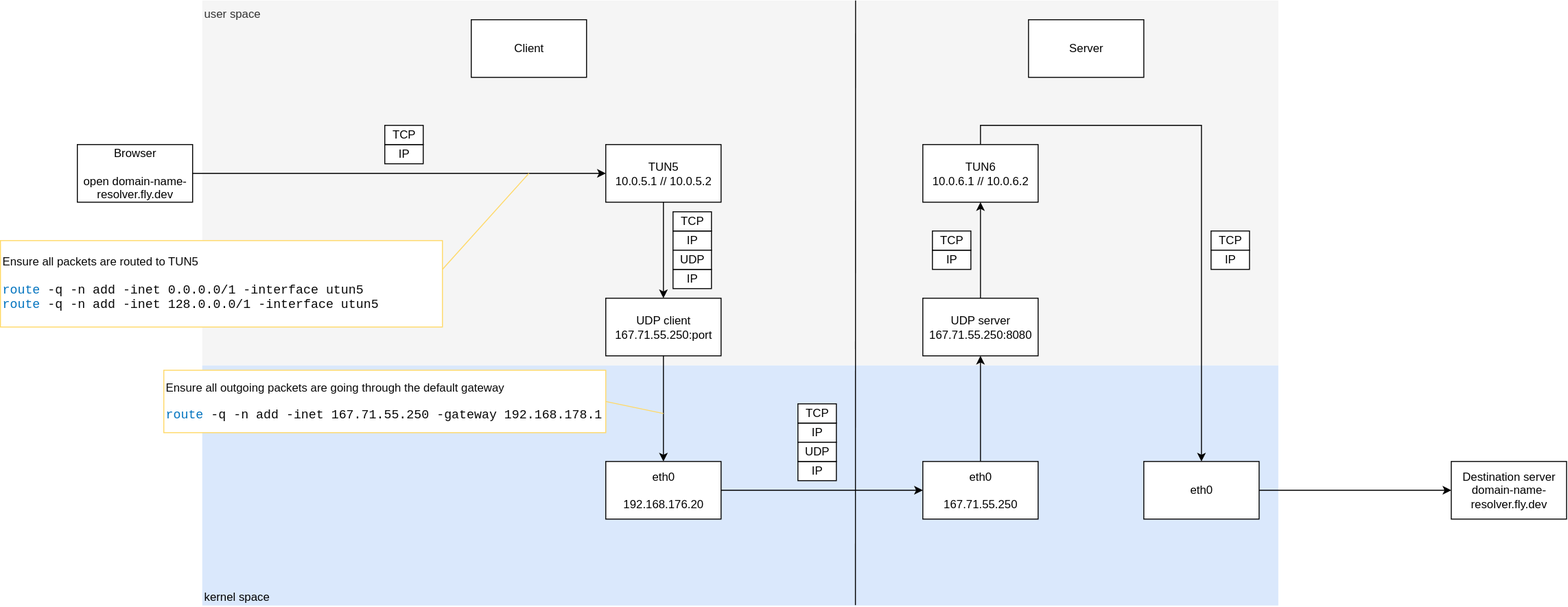
The draw.io diagram diagrams/tunnel.svg in theotrama/vpn, before a commit. Source tidied: cells renumbered, new cells last; positions are measured from the earlier drawing's top-left corner, leaving out a move shared by most shapes.
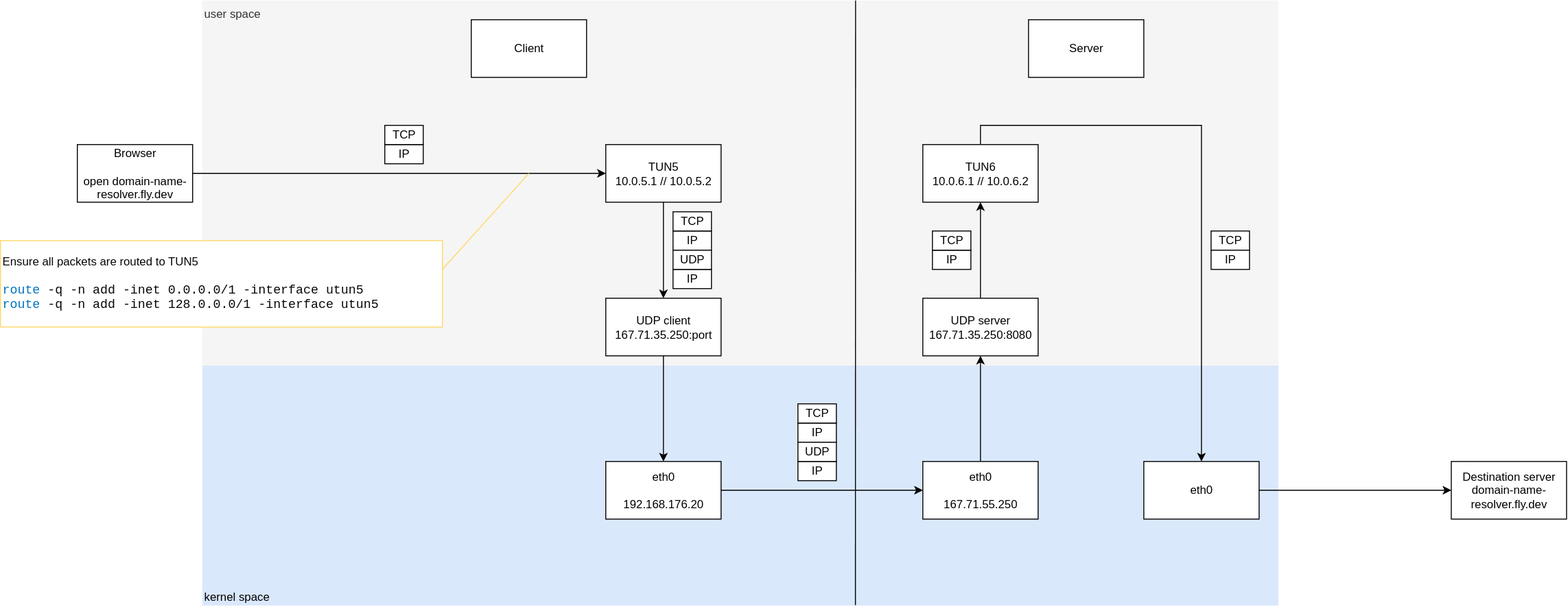
Later version of the same file.

Commit message:
fix: adapt IP addresses

Change to the diagram source:
```diff
@@ -77,7 +77,7 @@
     <mxCell id="25" style="edgeStyle=orthogonalEdgeStyle;rounded=0;jettySize=auto;html=1;exitX=0.5;exitY=1;exitDx=0;exitDy=0;entryX=0.5;entryY=0;entryDx=0;entryDy=0;" parent="1" edge="1" source="26" target="28">
       <mxGeometry relative="1" as="geometry" />
     </mxCell>
-    <mxCell id="26" value="UDP client&lt;div&gt;167.71.55.250:port&lt;/div&gt;" style="rounded=0;whiteSpace=wrap;html=1;" parent="1" vertex="1">
+    <mxCell id="26" value="UDP client&lt;div&gt;167.71.35.250:port&lt;/div&gt;" style="rounded=0;whiteSpace=wrap;html=1;" parent="1" vertex="1">
       <mxGeometry x="630" y="310" width="120" height="60" as="geometry" />
     </mxCell>
     <mxCell id="27" style="edgeStyle=orthogonalEdgeStyle;rounded=0;jettySize=auto;html=1;exitX=1;exitY=0.5;exitDx=0;exitDy=0;" parent="1" edge="1" source="28" target="8">
@@ -89,7 +89,7 @@
     <mxCell id="29" style="edgeStyle=orthogonalEdgeStyle;rounded=0;jettySize=auto;html=1;exitX=0.5;exitY=0;exitDx=0;exitDy=0;entryX=0.5;entryY=1;entryDx=0;entryDy=0;" parent="1" edge="1" source="30" target="16">
       <mxGeometry relative="1" as="geometry" />
     </mxCell>
-    <mxCell id="30" value="UDP server&lt;div&gt;167.71.55.250:8080&lt;/div&gt;" style="rounded=0;whiteSpace=wrap;html=1;" parent="1" vertex="1">
+    <mxCell id="30" value="UDP server&lt;div&gt;167.71.35.250:8080&lt;/div&gt;" style="rounded=0;whiteSpace=wrap;html=1;" parent="1" vertex="1">
       <mxGeometry x="960" y="310" width="120" height="60" as="geometry" />
     </mxCell>
     <mxCell id="31" value="IP" style="rounded=0;whiteSpace=wrap;html=1;" parent="1" vertex="1">
@@ -115,14 +115,6 @@
     <mxCell id="37" value="IP" style="rounded=0;whiteSpace=wrap;html=1;" parent="1" vertex="1">
       <mxGeometry x="1260" y="260" width="40" height="20" as="geometry" />
     </mxCell>
-    <mxCell id="38" value="&lt;div style=&quot;color: rgb(8, 8, 8);&quot;&gt;&lt;pre style=&quot;&quot;&gt;&lt;font face=&quot;Helvetica&quot;&gt;&lt;span style=&quot;white-space: normal;&quot;&gt;Ensure all outgoing packets are going through the default gateway&lt;/span&gt;&lt;/font&gt;&lt;/pre&gt;&lt;pre style=&quot;color: rgb(8, 8, 8); background-color: rgb(255, 255, 255); font-family: &amp;quot;JetBrains Mono&amp;quot;, monospace; font-size: 9.8pt;&quot;&gt;&lt;span style=&quot;color:#0073bf;&quot;&gt;route &lt;/span&gt;-q -n add -inet 167.71.55.250 -gateway 192.168.178.1&lt;/pre&gt;&lt;/div&gt;" style="rounded=0;whiteSpace=wrap;html=1;gradientColor=none;gradientDirection=north;strokeColor=#FFD966;align=left;" parent="1" vertex="1">
-      <mxGeometry x="170" y="385" width="460" height="65" as="geometry" />
-    </mxCell>
-    <mxCell id="39" style="endArrow=none;html=1;rounded=0;fontColor=#FFD966;labelBackgroundColor=#FFD966;strokeColor=#FFD966;exitX=1;exitY=0.5;exitDx=0;exitDy=0;" parent="1" edge="1" source="38">
-      <mxGeometry relative="1" as="geometry">
-        <mxPoint x="690" y="430" as="targetPoint" />
-      </mxGeometry>
-    </mxCell>
     <mxCell id="40" value="Client" style="rounded=0;whiteSpace=wrap;html=1;" parent="1" vertex="1">
       <mxGeometry x="490" y="20" width="120" height="60" as="geometry" />
     </mxCell>
```
